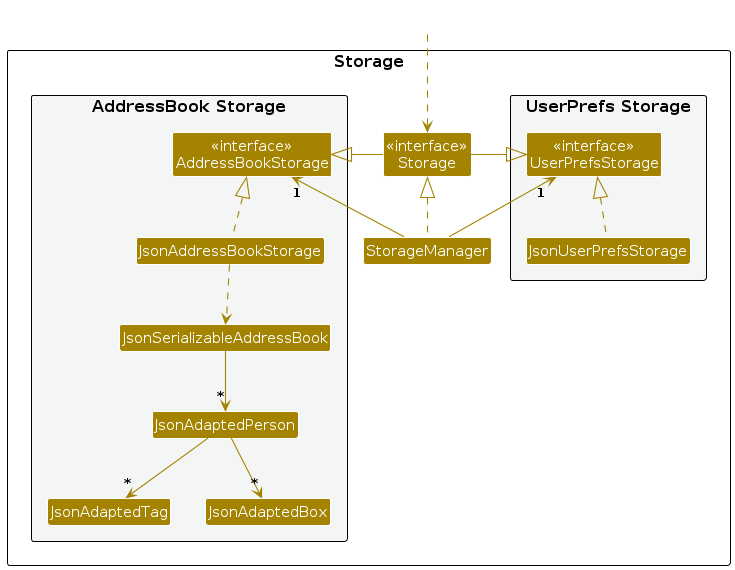
This is diagrams/StorageClassDiagram.png from lemonishi/tp, a PlantUML export, as it was before one commit. Its source is kept beside it as diagrams/StorageClassDiagram.puml. The source it was exported from:
```plantuml
@startuml
!include style.puml
skinparam arrowThickness 1.1
skinparam arrowColor STORAGE_COLOR
skinparam classBackgroundColor STORAGE_COLOR

package Storage as StoragePackage {

package "UserPrefs Storage" #F4F6F6{
Class "<<interface>>\nUserPrefsStorage" as UserPrefsStorage
Class JsonUserPrefsStorage
}

Class "<<interface>>\nStorage" as Storage
Class StorageManager

package "AddressBook Storage" #F4F6F6{
Class "<<interface>>\nAddressBookStorage" as AddressBookStorage
Class JsonAddressBookStorage
Class JsonSerializableAddressBook
Class JsonAdaptedPerson
Class JsonAdaptedTag
Class JsonAdaptedBox
}

}

Class HiddenOutside #FFFFFF
HiddenOutside ..> Storage

StorageManager .up.|> Storage
StorageManager -up-> "1" UserPrefsStorage
StorageManager -up-> "1" AddressBookStorage

Storage -left-|> UserPrefsStorage
Storage -right-|> AddressBookStorage

JsonUserPrefsStorage .up.|> UserPrefsStorage
JsonAddressBookStorage .up.|> AddressBookStorage
JsonAddressBookStorage ..> JsonSerializableAddressBook
JsonSerializableAddressBook --> "*" JsonAdaptedPerson
JsonAdaptedPerson --> "*" JsonAdaptedTag
JsonAdaptedPerson --> "*" JsonAdaptedBox

@enduml
```
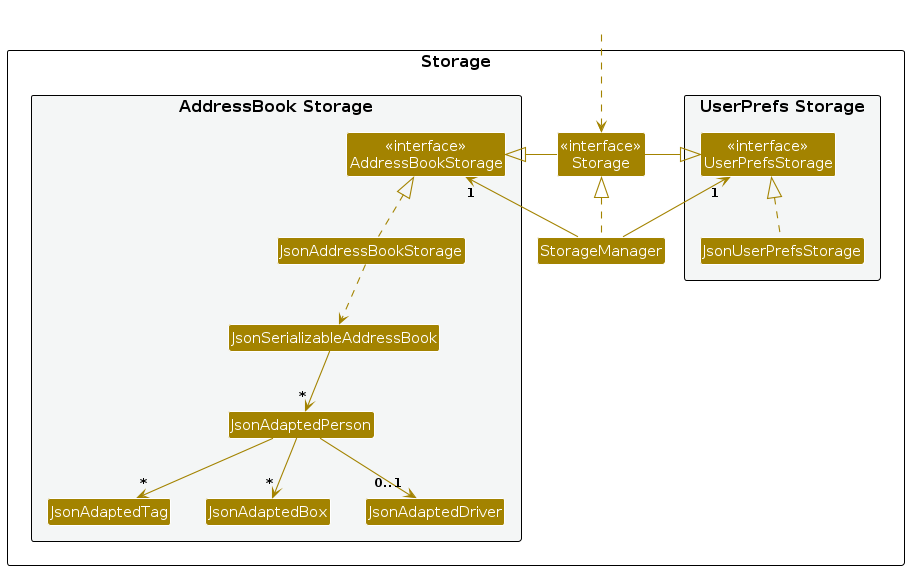
After the commit.

Diff of the diagram source:
```diff
@@ -21,6 +21,7 @@
 Class JsonAdaptedPerson
 Class JsonAdaptedTag
 Class JsonAdaptedBox
+Class JsonAdaptedDriver
 }
 
 }
@@ -41,5 +42,6 @@
 JsonSerializableAddressBook --> "*" JsonAdaptedPerson
 JsonAdaptedPerson --> "*" JsonAdaptedTag
 JsonAdaptedPerson --> "*" JsonAdaptedBox
+JsonAdaptedPerson --> "0..1" JsonAdaptedDriver
 
 @enduml
```
